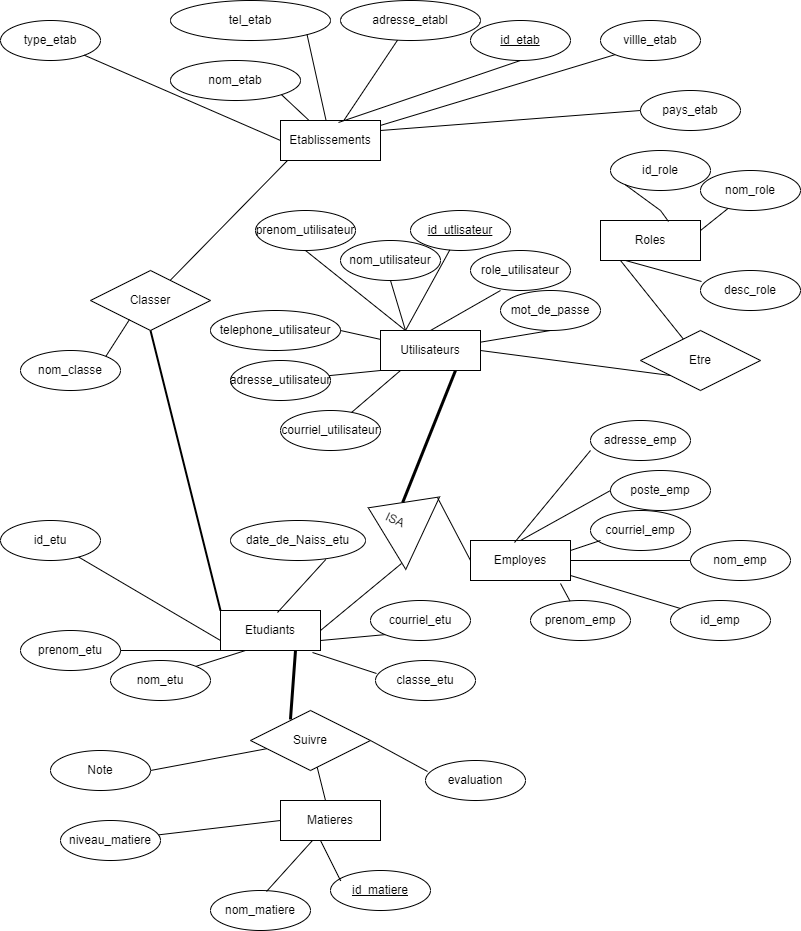
Earlier version of the draw.io export PROJET DE SESSION:MODELE ENTITE-RELATION.drawio.png (kangni-dev/GECOPRO-PUBLIC). Source tidied: cells renumbered, new cells last; positions are measured from the earlier drawing's top-left corner, leaving out a move shared by most shapes.
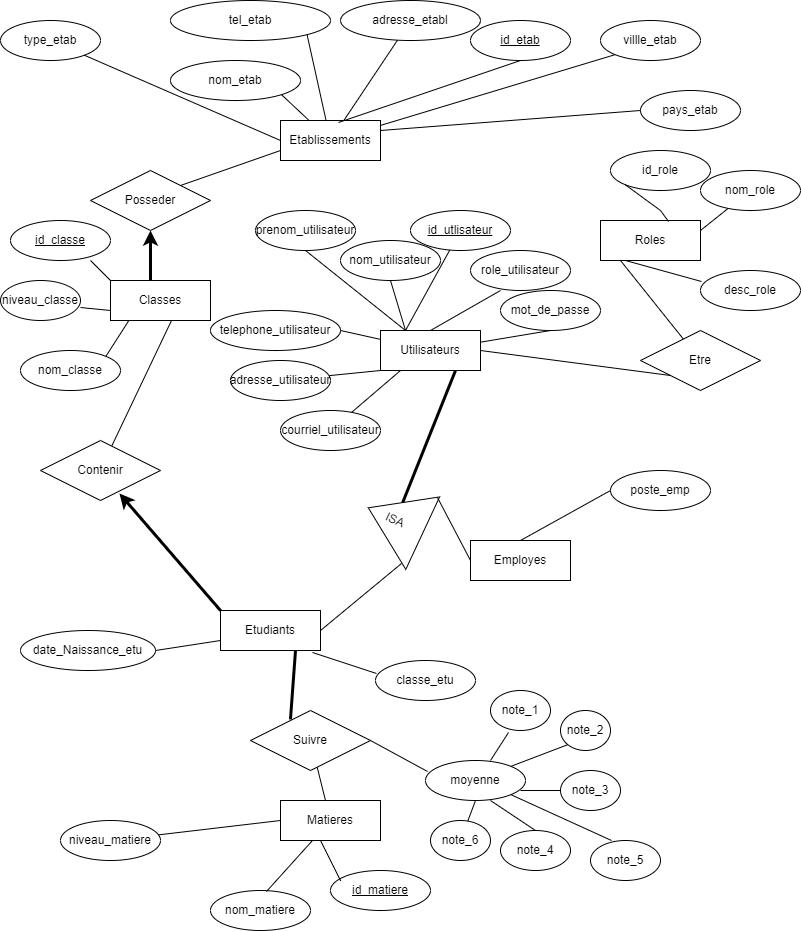
Later version of the same file.

The edit, as a diff of the source:
```diff
@@ -59,39 +59,18 @@
     <mxCell id="20" value="desc_role" style="ellipse;whiteSpace=wrap;html=1;align=center;" parent="1" vertex="1">
       <mxGeometry x="700" y="270" width="100" height="40" as="geometry" />
     </mxCell>
-    <mxCell id="21" value="courriel_emp" style="ellipse;whiteSpace=wrap;html=1;align=center;" parent="1" vertex="1">
-      <mxGeometry x="590" y="510" width="100" height="40" as="geometry" />
-    </mxCell>
-    <mxCell id="22" value="adresse_emp" style="ellipse;whiteSpace=wrap;html=1;align=center;" parent="1" vertex="1">
-      <mxGeometry x="590" y="420" width="100" height="40" as="geometry" />
-    </mxCell>
-    <mxCell id="23" value="prenom_emp" style="ellipse;whiteSpace=wrap;html=1;align=center;" parent="1" vertex="1">
-      <mxGeometry x="530" y="600" width="100" height="40" as="geometry" />
-    </mxCell>
-    <mxCell id="24" value="nom_emp" style="ellipse;whiteSpace=wrap;html=1;align=center;" parent="1" vertex="1">
-      <mxGeometry x="690" y="540" width="100" height="40" as="geometry" />
-    </mxCell>
-    <mxCell id="25" value="id_etu" style="ellipse;whiteSpace=wrap;html=1;align=center;" parent="1" vertex="1">
-      <mxGeometry y="520" width="100" height="40" as="geometry" />
-    </mxCell>
     <mxCell id="26" value="poste_emp" style="ellipse;whiteSpace=wrap;html=1;align=center;" parent="1" vertex="1">
       <mxGeometry x="610" y="470" width="100" height="40" as="geometry" />
     </mxCell>
     <mxCell id="27" value="type_etab" style="ellipse;whiteSpace=wrap;html=1;align=center;" parent="1" vertex="1">
       <mxGeometry y="20" width="100" height="40" as="geometry" />
     </mxCell>
-    <mxCell id="28" value="id_emp" style="ellipse;whiteSpace=wrap;html=1;align=center;" parent="1" vertex="1">
-      <mxGeometry x="670" y="600" width="100" height="40" as="geometry" />
-    </mxCell>
     <mxCell id="29" value="telephone_utilisateur" style="ellipse;whiteSpace=wrap;html=1;align=center;" parent="1" vertex="1">
       <mxGeometry x="210" y="310" width="130" height="40" as="geometry" />
     </mxCell>
-    <mxCell id="30" value="date_de_Naiss_etu" style="ellipse;whiteSpace=wrap;html=1;align=center;" parent="1" vertex="1">
-      <mxGeometry x="230" y="520" width="135" height="40" as="geometry" />
+    <mxCell id="30" value="date_Naissance_etu" style="ellipse;whiteSpace=wrap;html=1;align=center;" parent="1" vertex="1">
+      <mxGeometry x="20" y="630" width="135" height="40" as="geometry" />
     </mxCell>
-    <mxCell id="31" value="courriel_etu" style="ellipse;whiteSpace=wrap;html=1;align=center;" parent="1" vertex="1">
-      <mxGeometry x="370" y="600" width="100" height="40" as="geometry" />
-    </mxCell>
     <mxCell id="32" value="id_etab" style="ellipse;whiteSpace=wrap;html=1;align=center;fontStyle=4;" parent="1" vertex="1">
       <mxGeometry x="470" y="20" width="100" height="40" as="geometry" />
     </mxCell>
@@ -158,54 +137,20 @@
     <mxCell id="51" style="endArrow=none;html=1;rounded=0;exitX=1;exitY=0.25;exitDx=0;exitDy=0;entryX=0;entryY=0.5;entryDx=0;entryDy=0;" parent="1" edge="1" source="2" target="12">
       <mxGeometry relative="1" as="geometry" />
     </mxCell>
-    <mxCell id="52" style="endArrow=none;html=1;rounded=0;exitX=0.9;exitY=1.075;exitDx=0;exitDy=0;exitPerimeter=0;" parent="1" edge="1" source="4" target="23">
-      <mxGeometry relative="1" as="geometry" />
-    </mxCell>
-    <mxCell id="53" style="endArrow=none;html=1;rounded=0;" parent="1" edge="1" source="4" target="28">
-      <mxGeometry relative="1" as="geometry" />
-    </mxCell>
-    <mxCell id="54" style="endArrow=none;html=1;rounded=0;entryX=0;entryY=0.5;entryDx=0;entryDy=0;exitX=1;exitY=0.5;exitDx=0;exitDy=0;" parent="1" edge="1" source="4">
-      <mxGeometry relative="1" as="geometry">
-        <mxPoint x="690" y="560" as="targetPoint" />
-      </mxGeometry>
-    </mxCell>
-    <mxCell id="55" style="endArrow=none;html=1;rounded=0;entryX=0;entryY=0.75;entryDx=0;entryDy=0;entryPerimeter=0;exitX=0.44;exitY=0.05;exitDx=0;exitDy=0;exitPerimeter=0;" parent="1" edge="1" source="4" target="22">
-      <mxGeometry relative="1" as="geometry" />
-    </mxCell>
     <mxCell id="56" style="endArrow=none;html=1;rounded=0;entryX=0;entryY=0.5;entryDx=0;entryDy=0;" parent="1" edge="1" target="26">
       <mxGeometry relative="1" as="geometry">
         <mxPoint x="520" y="540" as="sourcePoint" />
       </mxGeometry>
     </mxCell>
-    <mxCell id="57" style="endArrow=none;html=1;rounded=0;exitX=1;exitY=0.25;exitDx=0;exitDy=0;" parent="1" edge="1" source="4">
-      <mxGeometry relative="1" as="geometry">
-        <mxPoint x="600" y="540" as="targetPoint" />
-      </mxGeometry>
-    </mxCell>
-    <mxCell id="58" value="nom_etu" style="ellipse;whiteSpace=wrap;html=1;align=center;" parent="1" vertex="1">
-      <mxGeometry x="110" y="660" width="100" height="40" as="geometry" />
-    </mxCell>
-    <mxCell id="59" value="prenom_etu" style="ellipse;whiteSpace=wrap;html=1;align=center;" parent="1" vertex="1">
-      <mxGeometry x="20" y="630" width="100" height="40" as="geometry" />
-    </mxCell>
     <mxCell id="60" value="classe_etu" style="ellipse;whiteSpace=wrap;html=1;align=center;" parent="1" vertex="1">
       <mxGeometry x="375" y="660" width="100" height="40" as="geometry" />
     </mxCell>
-    <mxCell id="61" style="endArrow=none;html=1;rounded=0;entryX=0;entryY=0.75;entryDx=0;entryDy=0;" parent="1" edge="1" source="25" target="3">
-      <mxGeometry relative="1" as="geometry" />
-    </mxCell>
-    <mxCell id="62" style="endArrow=none;html=1;rounded=0;entryX=0;entryY=1;entryDx=0;entryDy=0;exitX=1;exitY=0.5;exitDx=0;exitDy=0;" parent="1" edge="1" source="59" target="3">
-      <mxGeometry relative="1" as="geometry" />
-    </mxCell>
-    <mxCell id="63" style="endArrow=none;html=1;rounded=0;exitX=0.706;exitY=0.975;exitDx=0;exitDy=0;exitPerimeter=0;entryX=0.57;entryY=0.05;entryDx=0;entryDy=0;entryPerimeter=0;" parent="1" edge="1" source="30" target="3">
+    <mxCell id="63" style="endArrow=none;html=1;rounded=0;exitX=1;exitY=0.5;exitDx=0;exitDy=0;entryX=0;entryY=0.75;entryDx=0;entryDy=0;" parent="1" edge="1" source="30" target="3">
       <mxGeometry relative="1" as="geometry" />
     </mxCell>
     <mxCell id="64" style="endArrow=none;html=1;rounded=0;entryX=0.92;entryY=1.05;entryDx=0;entryDy=0;exitX=0.01;exitY=0.325;exitDx=0;exitDy=0;exitPerimeter=0;entryPerimeter=0;" parent="1" edge="1" source="60" target="3">
       <mxGeometry relative="1" as="geometry" />
     </mxCell>
-    <mxCell id="65" style="endArrow=none;html=1;rounded=0;entryX=0.25;entryY=1;entryDx=0;entryDy=0;exitX=1;exitY=0;exitDx=0;exitDy=0;" parent="1" edge="1" source="58" target="3">
-      <mxGeometry relative="1" as="geometry" />
-    </mxCell>
     <mxCell id="66" value="id_matiere" style="ellipse;whiteSpace=wrap;html=1;align=center;fontStyle=4;" parent="1" vertex="1">
       <mxGeometry x="330" y="870" width="100" height="40" as="geometry" />
     </mxCell>
@@ -262,21 +207,12 @@
     <mxCell id="81" value="Suivre" style="shape=rhombus;perimeter=rhombusPerimeter;whiteSpace=wrap;html=1;align=center;" parent="1" vertex="1">
       <mxGeometry x="250" y="710" width="120" height="60" as="geometry" />
     </mxCell>
-    <mxCell id="82" value="evaluation" style="ellipse;whiteSpace=wrap;html=1;align=center;" parent="1" vertex="1">
+    <mxCell id="82" value="moyenne" style="ellipse;whiteSpace=wrap;html=1;align=center;" parent="1" vertex="1">
       <mxGeometry x="425" y="760" width="100" height="40" as="geometry" />
     </mxCell>
-    <mxCell id="83" style="endArrow=none;html=1;rounded=0;exitX=1;exitY=0.5;exitDx=0;exitDy=0;" parent="1" edge="1" source="85" target="81">
-      <mxGeometry relative="1" as="geometry" />
-    </mxCell>
     <mxCell id="84" style="endArrow=none;html=1;rounded=0;exitX=0.02;exitY=0.275;exitDx=0;exitDy=0;entryX=1;entryY=0.5;entryDx=0;entryDy=0;exitPerimeter=0;" parent="1" edge="1" source="82" target="81">
       <mxGeometry relative="1" as="geometry" />
     </mxCell>
-    <mxCell id="85" value="Note" style="ellipse;whiteSpace=wrap;html=1;align=center;" parent="1" vertex="1">
-      <mxGeometry x="50" y="750" width="100" height="40" as="geometry" />
-    </mxCell>
-    <mxCell id="86" style="endArrow=none;html=1;rounded=0;entryX=1;entryY=0.75;entryDx=0;entryDy=0;exitX=0;exitY=1;exitDx=0;exitDy=0;" parent="1" edge="1" source="31" target="3">
-      <mxGeometry relative="1" as="geometry" />
-    </mxCell>
     <mxCell id="87" style="endArrow=none;html=1;rounded=0;entryX=0;entryY=1;entryDx=0;entryDy=0;" parent="1" edge="1" target="88">
       <mxGeometry relative="1" as="geometry">
         <mxPoint x="260" y="380" as="sourcePoint" />
@@ -285,20 +221,93 @@
     <mxCell id="88" value="adresse_utilisateur" style="ellipse;whiteSpace=wrap;html=1;align=center;" parent="1" vertex="1">
       <mxGeometry x="230" y="360" width="100" height="40" as="geometry" />
     </mxCell>
-    <mxCell id="89" value="Classer" style="shape=rhombus;perimeter=rhombusPerimeter;whiteSpace=wrap;html=1;align=center;" parent="1" vertex="1">
-      <mxGeometry x="90" y="270" width="120" height="60" as="geometry" />
-    </mxCell>
-    <mxCell id="90" style="endArrow=none;html=1;rounded=0;entryX=0.07;entryY=1;entryDx=0;entryDy=0;entryPerimeter=0;" parent="1" edge="1" source="89" target="2">
-      <mxGeometry relative="1" as="geometry" />
-    </mxCell>
-    <mxCell id="91" style="endArrow=none;html=1;rounded=0;entryX=0;entryY=0;entryDx=0;entryDy=0;exitX=0.5;exitY=1;exitDx=0;exitDy=0;strokeWidth=2;" parent="1" edge="1" source="89" target="3">
-      <mxGeometry relative="1" as="geometry" />
-    </mxCell>
     <mxCell id="92" value="nom_classe" style="ellipse;whiteSpace=wrap;html=1;align=center;" parent="1" vertex="1">
       <mxGeometry x="20" y="350" width="100" height="40" as="geometry" />
     </mxCell>
-    <mxCell id="93" style="endArrow=none;html=1;rounded=0;exitX=1;exitY=0;exitDx=0;exitDy=0;entryX=0.325;entryY=0.817;entryDx=0;entryDy=0;entryPerimeter=0;" parent="1" edge="1" source="92" target="89">
-      <mxGeometry relative="1" as="geometry" />
+    <mxCell id="93" style="endArrow=none;html=1;rounded=0;exitX=1;exitY=0;exitDx=0;exitDy=0;entryX=0.325;entryY=0.817;entryDx=0;entryDy=0;entryPerimeter=0;" parent="1" edge="1" source="92">
+      <mxGeometry relative="1" as="geometry">
+        <mxPoint x="129" y="319" as="targetPoint" />
+      </mxGeometry>
     </mxCell>
+    <mxCell id="94" value="Classes" style="whiteSpace=wrap;html=1;align=center;" parent="1" vertex="1">
+      <mxGeometry x="110" y="280" width="100" height="40" as="geometry" />
+    </mxCell>
+    <mxCell id="95" style="endArrow=none;html=1;rounded=0;entryX=0.61;entryY=1;entryDx=0;entryDy=0;entryPerimeter=0;exitX=0.592;exitY=0.1;exitDx=0;exitDy=0;exitPerimeter=0;" parent="1" edge="1" target="94">
+      <mxGeometry relative="1" as="geometry">
+        <mxPoint x="111" y="446" as="sourcePoint" />
+      </mxGeometry>
+    </mxCell>
+    <mxCell id="96" value="Contenir" style="shape=rhombus;perimeter=rhombusPerimeter;whiteSpace=wrap;html=1;align=center;" parent="1" vertex="1">
+      <mxGeometry x="40" y="440" width="120" height="60" as="geometry" />
+    </mxCell>
+    <mxCell id="97" value="Posseder" style="shape=rhombus;perimeter=rhombusPerimeter;whiteSpace=wrap;html=1;align=center;" parent="1" vertex="1">
+      <mxGeometry x="90" y="170" width="120" height="60" as="geometry" />
+    </mxCell>
+    <mxCell id="98" style="endArrow=none;html=1;rounded=0;exitX=1;exitY=0;exitDx=0;exitDy=0;" parent="1" edge="1" source="97">
+      <mxGeometry relative="1" as="geometry">
+        <mxPoint x="280" y="150" as="targetPoint" />
+      </mxGeometry>
+    </mxCell>
+    <mxCell id="99" value="id_classe" style="ellipse;whiteSpace=wrap;html=1;align=center;fontStyle=4;" parent="1" vertex="1">
+      <mxGeometry x="10" y="220" width="100" height="40" as="geometry" />
+    </mxCell>
+    <mxCell id="100" style="endArrow=none;html=1;rounded=0;entryX=0.8;entryY=1;entryDx=0;entryDy=0;entryPerimeter=0;exitX=0;exitY=0;exitDx=0;exitDy=0;" parent="1" edge="1" source="94" target="99">
+      <mxGeometry relative="1" as="geometry" />
+    </mxCell>
+    <mxCell id="101" value="note_4" style="ellipse;whiteSpace=wrap;html=1;align=center;" parent="1" vertex="1">
+      <mxGeometry x="500" y="830" width="70" height="40" as="geometry" />
+    </mxCell>
+    <mxCell id="102" value="note_3" style="ellipse;whiteSpace=wrap;html=1;align=center;" parent="1" vertex="1">
+      <mxGeometry x="560" y="770" width="60" height="40" as="geometry" />
+    </mxCell>
+    <mxCell id="103" value="note_2" style="ellipse;whiteSpace=wrap;html=1;align=center;" parent="1" vertex="1">
+      <mxGeometry x="560" y="710" width="50" height="40" as="geometry" />
+    </mxCell>
+    <mxCell id="104" value="note_5" style="ellipse;whiteSpace=wrap;html=1;align=center;" parent="1" vertex="1">
+      <mxGeometry x="590" y="840" width="70" height="40" as="geometry" />
+    </mxCell>
+    <mxCell id="105" value="note_1" style="ellipse;whiteSpace=wrap;html=1;align=center;" parent="1" vertex="1">
+      <mxGeometry x="490" y="690" width="60" height="40" as="geometry" />
+    </mxCell>
+    <mxCell id="106" value="note_6" style="ellipse;whiteSpace=wrap;html=1;align=center;" parent="1" vertex="1">
+      <mxGeometry x="430" y="820" width="60" height="40" as="geometry" />
+    </mxCell>
+    <mxCell id="107" style="endArrow=none;html=1;rounded=0;exitX=0.65;exitY=0;exitDx=0;exitDy=0;exitPerimeter=0;entryX=0.3;entryY=1.05;entryDx=0;entryDy=0;entryPerimeter=0;" parent="1" edge="1" source="82" target="105">
+      <mxGeometry relative="1" as="geometry" />
+    </mxCell>
+    <mxCell id="108" style="endArrow=none;html=1;rounded=0;entryX=0;entryY=1;entryDx=0;entryDy=0;exitX=1;exitY=0;exitDx=0;exitDy=0;" parent="1" edge="1" source="82" target="103">
+      <mxGeometry relative="1" as="geometry" />
+    </mxCell>
+    <mxCell id="109" style="endArrow=none;html=1;rounded=0;" parent="1" edge="1">
+      <mxGeometry relative="1" as="geometry">
+        <mxPoint x="520" y="790" as="sourcePoint" />
+        <mxPoint x="560" y="790" as="targetPoint" />
+      </mxGeometry>
+    </mxCell>
+    <mxCell id="110" style="endArrow=none;html=1;rounded=0;entryX=0.5;entryY=0;entryDx=0;entryDy=0;" parent="1" edge="1" target="101">
+      <mxGeometry relative="1" as="geometry">
+        <mxPoint x="490" y="800" as="sourcePoint" />
+      </mxGeometry>
+    </mxCell>
+    <mxCell id="111" style="endArrow=none;html=1;rounded=0;entryX=0.3;entryY=0;entryDx=0;entryDy=0;entryPerimeter=0;exitX=1;exitY=1;exitDx=0;exitDy=0;" parent="1" edge="1" source="82" target="104">
+      <mxGeometry relative="1" as="geometry" />
+    </mxCell>
+    <mxCell id="112" style="endArrow=none;html=1;rounded=0;exitX=0.5;exitY=1;exitDx=0;exitDy=0;" parent="1" edge="1" source="82" target="106">
+      <mxGeometry relative="1" as="geometry" />
+    </mxCell>
+    <mxCell id="113" style="endArrow=classic;html=1;rounded=0;exitX=0;exitY=0;exitDx=0;exitDy=0;strokeWidth=3;entryX=0.658;entryY=0.883;entryDx=0;entryDy=0;entryPerimeter=0;" parent="1" edge="1" source="3" target="96">
+      <mxGeometry relative="1" as="geometry" />
+    </mxCell>
+    <mxCell id="114" value="niveau_classe" style="ellipse;whiteSpace=wrap;html=1;align=center;" parent="1" vertex="1">
+      <mxGeometry y="280" width="80" height="40" as="geometry" />
+    </mxCell>
+    <mxCell id="115" style="endArrow=none;html=1;rounded=0;exitX=1;exitY=0.675;exitDx=0;exitDy=0;exitPerimeter=0;entryX=0;entryY=0.75;entryDx=0;entryDy=0;" parent="1" edge="1" source="114" target="94">
+      <mxGeometry relative="1" as="geometry" />
+    </mxCell>
+    <mxCell id="116" style="endArrow=classic;html=1;rounded=0;entryX=0.5;entryY=1;entryDx=0;entryDy=0;strokeWidth=3;" parent="1" edge="1" target="97">
+      <mxGeometry relative="1" as="geometry">
+        <mxPoint x="150" y="280" as="sourcePoint" />
+      </mxGeometry>
+    </mxCell>
   </root>
 </mxGraphModel>
```
